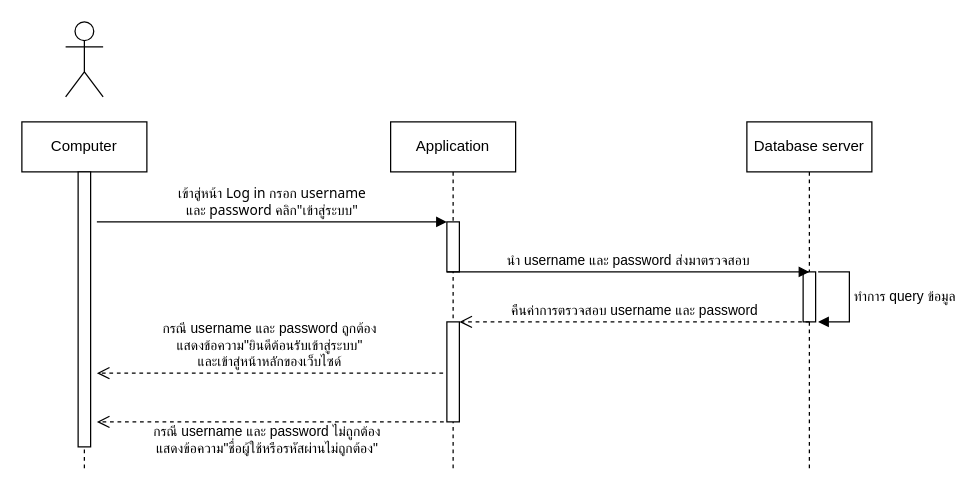
Above: images/ucd images/sequence diagram/se-login.drawio in mandarinkb/project-final-document (draw.io), before the change. Source tidied: cells renumbered, new cells numbered last; positions are measured from the earlier drawing's top-left corner, leaving out a move shared by most shapes. Both pictures are drawn from the tidied source at 125%, with x=0, y=0 at pixel (21, 21).
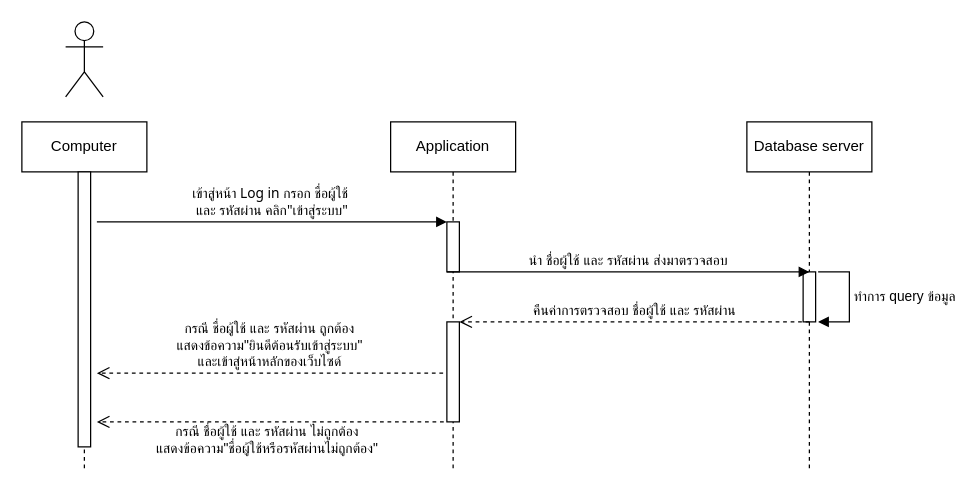
The same page after the edit.

The change refers to these unchanged cells:
```xml
<mxCell id="6" style="html=1;points=[];perimeter=orthogonalPerimeter;" parent="5" vertex="1">
  <mxGeometry x="45" y="80" width="10" height="40" as="geometry" />
</mxCell>
<mxCell id="7" style="html=1;points=[];perimeter=orthogonalPerimeter;" parent="5" vertex="1">
  <mxGeometry x="45" y="160" width="10" height="80" as="geometry" />
</mxCell>
```

The edit, as a diff of the source:
```diff
@@
-    <mxCell id="10" value="&lt;font face=&quot;Tahoma&quot;&gt;เข้าสู่หน้า Log in กรอก username &lt;br&gt;และ password คลิก&quot;เข้าสู่ระบบ&quot;&lt;/font&gt;" style="html=1;verticalAlign=bottom;endArrow=block;entryX=0;entryY=0;" parent="1" edge="1" target="6">
+    <mxCell id="10" value="&lt;font face=&quot;Tahoma&quot;&gt;เข้าสู่หน้า Log in กรอก ชื่อผู้ใช้&amp;nbsp;&lt;br&gt;และ รหัสผ่าน คลิก&quot;เข้าสู่ระบบ&quot;&lt;/font&gt;" style="html=1;verticalAlign=bottom;endArrow=block;entryX=0;entryY=0;" parent="1" edge="1" target="6">
       <mxGeometry relative="1" as="geometry">
         <mxPoint x="60" y="160" as="sourcePoint" />
       </mxGeometry>
     </mxCell>
-    <mxCell id="11" value="นำ username และ password ส่งมาตรวจสอบ" style="html=1;verticalAlign=bottom;endArrow=block;" parent="1" edge="1">
+    <mxCell id="11" value="นำ ชื่อผู้ใช้ และ รหัสผ่าน ส่งมาตรวจสอบ" style="html=1;verticalAlign=bottom;endArrow=block;" parent="1" edge="1">
       <mxGeometry relative="1" as="geometry">
         <mxPoint x="340" y="200" as="sourcePoint" />
         <mxPoint x="630" y="200" as="targetPoint" />
       </mxGeometry>
     </mxCell>
@@
-    <mxCell id="13" value="คืนค่าการตรวจสอบ username และ password" style="html=1;verticalAlign=bottom;endArrow=open;dashed=1;endSize=8;" parent="1" edge="1">
+    <mxCell id="13" value="คืนค่าการตรวจสอบ ชื่อผู้ใช้ และ รหัสผ่าน" style="html=1;verticalAlign=bottom;endArrow=open;dashed=1;endSize=8;" parent="1" edge="1">
       <mxGeometry relative="1" as="geometry">
         <mxPoint x="630" y="240" as="sourcePoint" />
         <mxPoint x="350" y="240" as="targetPoint" />
       </mxGeometry>
     </mxCell>
-    <mxCell id="14" value="กรณี username และ password ถูกต้อง&lt;br&gt;แสดงข้อความ&quot;ยินดีต้อนรับเข้าสู่ระบบ&quot;&lt;br&gt;และเข้าสู่หน้าหลักของเว็บไซด์" style="html=1;verticalAlign=bottom;endArrow=open;dashed=1;endSize=8;exitX=-0.3;exitY=0.513;exitDx=0;exitDy=0;exitPerimeter=0;" parent="1" edge="1" source="7">
+    <mxCell id="14" value="กรณี ชื่อผู้ใช้ และ รหัสผ่าน ถูกต้อง&lt;br&gt;แสดงข้อความ&quot;ยินดีต้อนรับเข้าสู่ระบบ&quot;&lt;br&gt;และเข้าสู่หน้าหลักของเว็บไซด์" style="html=1;verticalAlign=bottom;endArrow=open;dashed=1;endSize=8;exitX=-0.3;exitY=0.513;exitDx=0;exitDy=0;exitPerimeter=0;" parent="1" edge="1" source="7">
       <mxGeometry relative="1" as="geometry">
         <mxPoint x="60" y="281" as="targetPoint" />
       </mxGeometry>
     </mxCell>
-    <mxCell id="15" value="กรณี username และ password ไม่ถูกต้อง&lt;br&gt;แสดงข้อความ&quot;ชื่อผู้ใช้หรือรหัสผ่านไม่ถูกต้อง&quot;" style="html=1;verticalAlign=bottom;endArrow=open;dashed=1;endSize=8;exitX=-0.3;exitY=0.513;exitDx=0;exitDy=0;exitPerimeter=0;" parent="1" edge="1">
+    <mxCell id="15" value="กรณี ชื่อผู้ใช้ และ รหัสผ่าน ไม่ถูกต้อง&lt;br&gt;แสดงข้อความ&quot;ชื่อผู้ใช้หรือรหัสผ่านไม่ถูกต้อง&quot;" style="html=1;verticalAlign=bottom;endArrow=open;dashed=1;endSize=8;exitX=-0.3;exitY=0.513;exitDx=0;exitDy=0;exitPerimeter=0;" parent="1" edge="1">
       <mxGeometry x="0.03" y="30" relative="1" as="geometry">
         <mxPoint x="337.5" y="320" as="sourcePoint" />
         <mxPoint x="60" y="320" as="targetPoint" />
         <mxPoint x="1" as="offset" />
       </mxGeometry>
     </mxCell>
```
